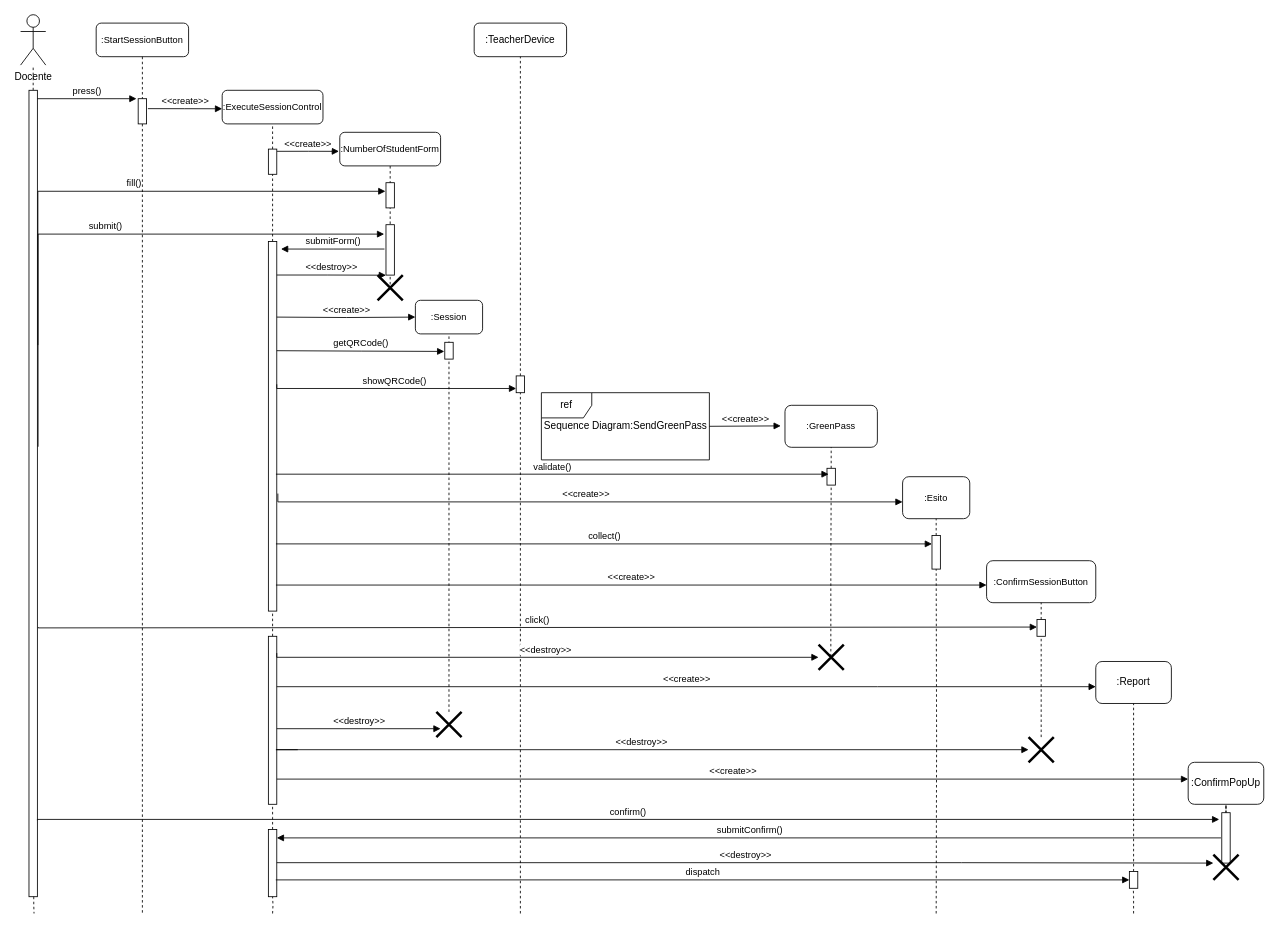
Above: Documentazione/Resources/Sequence Diagram ExecuteSession.drawio in Alberto-00/EasyPass (draw.io), before the change. Source tidied: cells renumbered, new cells numbered last; positions are measured from the earlier drawing's top-left corner, leaving out a move shared by most shapes. Both pictures are drawn from the tidied source at 84%, with x=0, y=0 at pixel (20, 14).
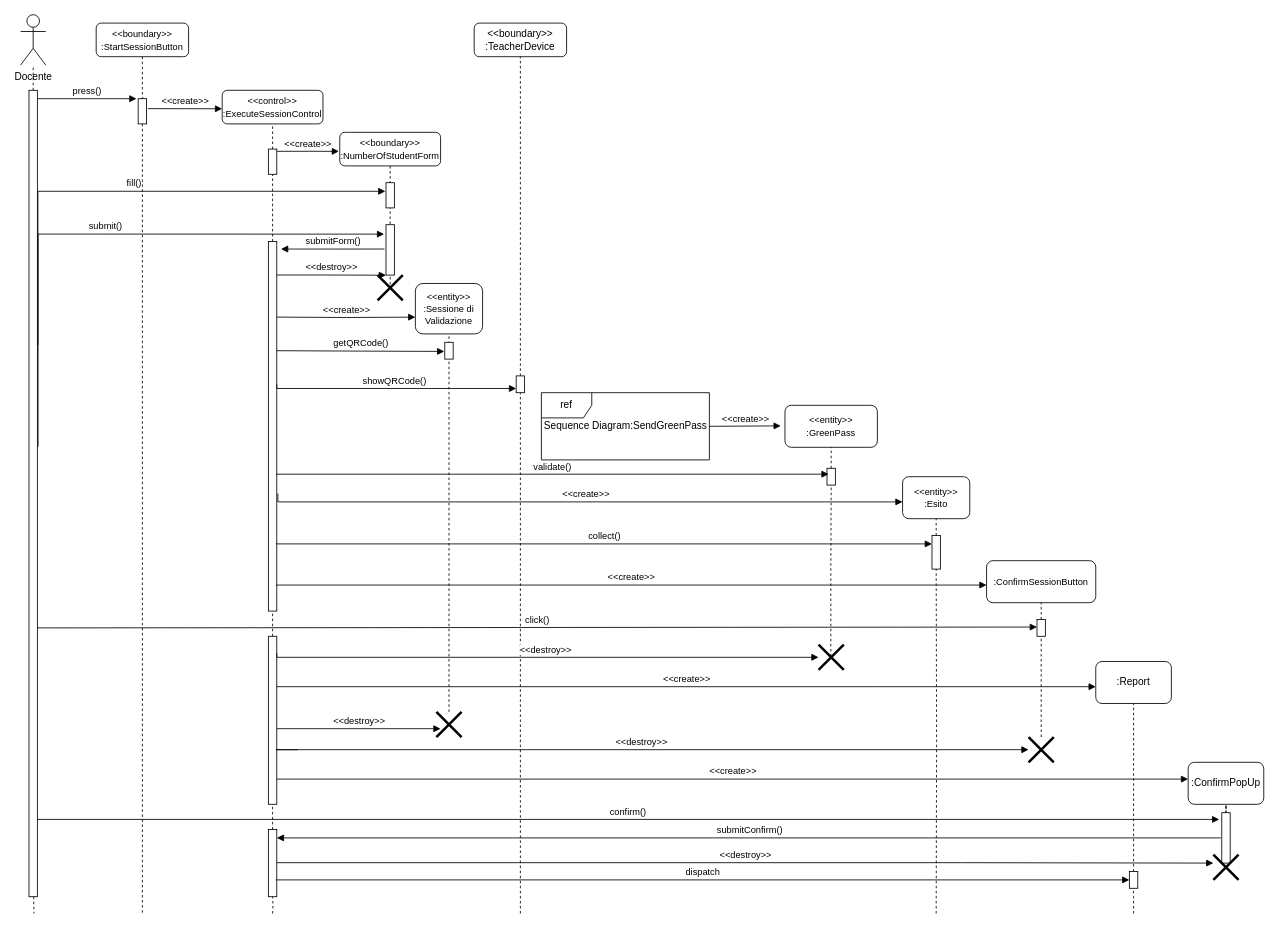
After the change.

Change to the diagram source:
```diff
@@
-    <mxCell id="6" value="&lt;font style=&quot;font-size: 11px&quot;&gt;:StartSessionButton&lt;/font&gt;" style="rounded=1;whiteSpace=wrap;html=1;" parent="1" vertex="1">
+    <mxCell id="6" value="&lt;font style=&quot;font-size: 11px&quot;&gt;&amp;lt;&amp;lt;boundary&amp;gt;&amp;gt;&lt;br&gt;:StartSessionButton&lt;/font&gt;" style="rounded=1;whiteSpace=wrap;html=1;" parent="1" vertex="1">
       <mxGeometry x="90" y="10" width="110" height="40" as="geometry" />
     </mxCell>
@@
-    <mxCell id="11" value="&lt;font style=&quot;font-size: 11px&quot;&gt;:ExecuteSessionControl&lt;/font&gt;" style="rounded=1;whiteSpace=wrap;html=1;" parent="1" vertex="1">
+    <mxCell id="11" value="&lt;font style=&quot;font-size: 11px&quot;&gt;&amp;lt;&amp;lt;control&amp;gt;&amp;gt;&lt;br&gt;:ExecuteSessionControl&lt;/font&gt;" style="rounded=1;whiteSpace=wrap;html=1;" parent="1" vertex="1">
       <mxGeometry x="240" y="90" width="120" height="40" as="geometry" />
     </mxCell>
@@
-    <mxCell id="16" value="&lt;span style=&quot;font-size: 11px&quot;&gt;:NumberOfStudentForm&lt;/span&gt;" style="rounded=1;whiteSpace=wrap;html=1;" parent="1" vertex="1">
+    <mxCell id="16" value="&lt;span style=&quot;font-size: 11px&quot;&gt;&amp;lt;&amp;lt;boundary&amp;gt;&amp;gt;&lt;br&gt;:NumberOfStudentForm&lt;/span&gt;" style="rounded=1;whiteSpace=wrap;html=1;" parent="1" vertex="1">
       <mxGeometry x="380" y="140" width="120" height="40" as="geometry" />
     </mxCell>
@@
-    <mxCell id="27" value="&amp;lt;&amp;lt;create&amp;gt;&amp;gt;" style="html=1;verticalAlign=bottom;endArrow=block;rounded=0;edgeStyle=orthogonalEdgeStyle;entryX=0;entryY=0.5;entryDx=0;entryDy=0;" parent="1" edge="1" target="28">
+    <mxCell id="27" value="&amp;lt;&amp;lt;create&amp;gt;&amp;gt;" style="html=1;verticalAlign=bottom;endArrow=block;rounded=0;edgeStyle=orthogonalEdgeStyle;entryX=0;entryY=0.667;entryDx=0;entryDy=0;entryPerimeter=0;" parent="1" edge="1" target="28">
       <mxGeometry relative="1" as="geometry">
         <mxPoint x="305" y="360" as="sourcePoint" />
       </mxGeometry>
     </mxCell>
-    <mxCell id="28" value="&lt;span style=&quot;font-size: 11px&quot;&gt;:Session&lt;/span&gt;" style="rounded=1;whiteSpace=wrap;html=1;" parent="1" vertex="1">
-      <mxGeometry x="470" y="340" width="80" height="40" as="geometry" />
+    <mxCell id="28" value="&lt;span style=&quot;font-size: 11px&quot;&gt;&amp;lt;&amp;lt;entity&amp;gt;&amp;gt;&lt;br&gt;:Sessione di Validazione&lt;/span&gt;" style="rounded=1;whiteSpace=wrap;html=1;" parent="1" vertex="1">
+      <mxGeometry x="470" y="320" width="80" height="60" as="geometry" />
     </mxCell>
@@
-    <mxCell id="32" value=":TeacherDevice" style="rounded=1;whiteSpace=wrap;html=1;" parent="1" vertex="1">
+    <mxCell id="32" value="&amp;lt;&amp;lt;boundary&amp;gt;&amp;gt;&lt;br&gt;:TeacherDevice" style="rounded=1;whiteSpace=wrap;html=1;" parent="1" vertex="1">
       <mxGeometry x="540" y="10" width="110" height="40" as="geometry" />
     </mxCell>
@@
-    <mxCell id="40" value="&lt;span style=&quot;font-size: 11px&quot;&gt;:GreenPass&lt;/span&gt;" style="rounded=1;whiteSpace=wrap;html=1;" parent="1" vertex="1">
+    <mxCell id="40" value="&lt;span style=&quot;font-size: 11px&quot;&gt;&amp;lt;&amp;lt;entity&amp;gt;&amp;gt;&lt;br&gt;:GreenPass&lt;/span&gt;" style="rounded=1;whiteSpace=wrap;html=1;" parent="1" vertex="1">
       <mxGeometry x="910" y="465" width="110" height="50" as="geometry" />
     </mxCell>
@@
-    <mxCell id="46" value="&lt;span style=&quot;font-size: 11px&quot;&gt;:Esito&lt;/span&gt;" style="rounded=1;whiteSpace=wrap;html=1;" parent="1" vertex="1">
+    <mxCell id="46" value="&lt;span style=&quot;font-size: 11px&quot;&gt;&amp;lt;&amp;lt;entity&amp;gt;&amp;gt;&lt;br&gt;:Esito&lt;/span&gt;" style="rounded=1;whiteSpace=wrap;html=1;" parent="1" vertex="1">
       <mxGeometry x="1050" y="550" width="80" height="50" as="geometry" />
     </mxCell>
```
